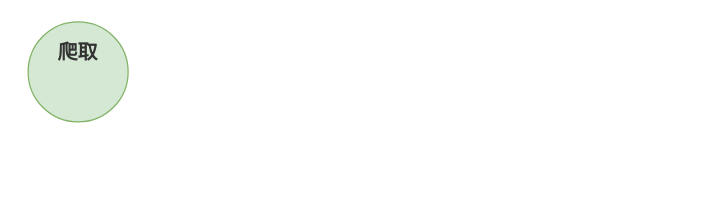
Earlier version of the draw.io diagram content-repo-construct.drawio (skindhu/9GAG). Source tidied: cells renumbered, new cells numbered last; positions are measured from the earlier drawing's top-left corner, leaving out a move shared by most shapes. Both pictures are drawn from the tidied source at 125%, with x=0, y=0 at pixel (28, 21).
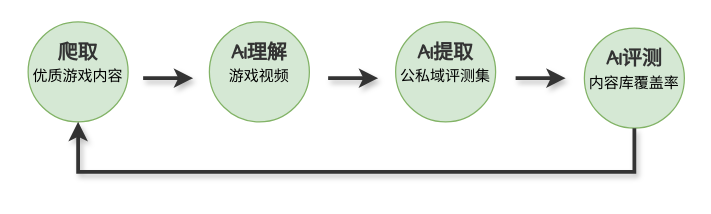
Above is the later version.

The change refers to these unchanged cells:
```xml
<mxCell id="2" style="ellipse;whiteSpace=wrap;html=1;hachureGap=4;fontFamily=Architects Daughter;fillColor=#d5e8d4;strokeColor=#82b366;" parent="1" vertex="1">
  <mxGeometry width="80" height="80" as="geometry" />
</mxCell>
```

Diff of the diagram source:
```diff
@@
+    <mxCell id="4" value="优质游戏内容" style="text;html=1;align=center;verticalAlign=middle;whiteSpace=wrap;rounded=0;fontFamily=Architects Daughter;" parent="1" vertex="1">
+      <mxGeometry x="-5" y="30" width="90" height="30" as="geometry" />
+    </mxCell>
+    <mxCell id="5" style="ellipse;whiteSpace=wrap;html=1;hachureGap=4;fontFamily=Architects Daughter;fillColor=#d5e8d4;strokeColor=#82b366;" parent="1" vertex="1">
+      <mxGeometry x="145" width="80" height="80" as="geometry" />
+    </mxCell>
+    <mxCell id="6" value="&lt;font style=&quot;color: rgb(51, 51, 51);&quot;&gt;AI理解&lt;/font&gt;" style="text;html=1;align=center;verticalAlign=middle;whiteSpace=wrap;rounded=0;fontFamily=Architects Daughter;fontSize=16;fontStyle=1;fontColor=#000099;" parent="1" vertex="1">
+      <mxGeometry x="155" y="10" width="60" height="30" as="geometry" />
+    </mxCell>
+    <mxCell id="7" value="游戏视频" style="text;html=1;align=center;verticalAlign=middle;whiteSpace=wrap;rounded=0;fontFamily=Architects Daughter;" parent="1" vertex="1">
+      <mxGeometry x="140" y="30" width="90" height="30" as="geometry" />
+    </mxCell>
+    <mxCell id="8" style="ellipse;whiteSpace=wrap;html=1;hachureGap=4;fontFamily=Architects Daughter;fillColor=#d5e8d4;strokeColor=#82b366;" parent="1" vertex="1">
+      <mxGeometry x="294" width="80" height="80" as="geometry" />
+    </mxCell>
+    <mxCell id="9" value="&lt;font style=&quot;color: rgb(51, 51, 51);&quot;&gt;AI提取&lt;/font&gt;" style="text;html=1;align=center;verticalAlign=middle;whiteSpace=wrap;rounded=0;fontFamily=Architects Daughter;fontSize=16;fontStyle=1;fontColor=#000099;" parent="1" vertex="1">
+      <mxGeometry x="304" y="10" width="60" height="30" as="geometry" />
+    </mxCell>
+    <mxCell id="10" value="公私域评测集" style="text;html=1;align=center;verticalAlign=middle;whiteSpace=wrap;rounded=0;fontFamily=Architects Daughter;" parent="1" vertex="1">
+      <mxGeometry x="289" y="30" width="90" height="30" as="geometry" />
+    </mxCell>
+    <mxCell id="11" style="ellipse;whiteSpace=wrap;html=1;hachureGap=4;fontFamily=Architects Daughter;fillColor=#d5e8d4;strokeColor=#82b366;" parent="1" vertex="1">
+      <mxGeometry x="445" y="5" width="80" height="80" as="geometry" />
+    </mxCell>
+    <mxCell id="12" value="&lt;font style=&quot;color: rgb(51, 51, 51);&quot;&gt;AI评测&lt;/font&gt;" style="text;html=1;align=center;verticalAlign=middle;whiteSpace=wrap;rounded=0;fontFamily=Architects Daughter;fontSize=16;fontStyle=1;fontColor=#000099;" parent="1" vertex="1">
+      <mxGeometry x="455" y="15" width="60" height="30" as="geometry" />
+    </mxCell>
+    <mxCell id="13" value="内容库覆盖率" style="text;html=1;align=center;verticalAlign=middle;whiteSpace=wrap;rounded=0;fontFamily=Architects Daughter;" parent="1" vertex="1">
+      <mxGeometry x="440" y="35" width="90" height="30" as="geometry" />
+    </mxCell>
+    <mxCell id="14" style="endArrow=classic;html=1;rounded=0;hachureGap=4;fontFamily=Architects Daughter;shadow=1;strokeWidth=3;strokeColor=#333333;flowAnimation=1;" parent="1" edge="1">
+      <mxGeometry relative="1" as="geometry">
+        <mxPoint x="92" y="45" as="sourcePoint" />
+        <mxPoint x="132" y="45" as="targetPoint" />
+      </mxGeometry>
+    </mxCell>
+    <mxCell id="15" style="endArrow=classic;html=1;rounded=0;hachureGap=4;fontFamily=Architects Daughter;shadow=1;strokeWidth=3;strokeColor=#333333;flowAnimation=1;" parent="1" edge="1">
+      <mxGeometry relative="1" as="geometry">
+        <mxPoint x="240" y="45" as="sourcePoint" />
+        <mxPoint x="280" y="45" as="targetPoint" />
+      </mxGeometry>
+    </mxCell>
+    <mxCell id="16" style="endArrow=classic;html=1;rounded=0;hachureGap=4;fontFamily=Architects Daughter;shadow=1;strokeWidth=3;strokeColor=#333333;flowAnimation=1;" parent="1" edge="1">
+      <mxGeometry relative="1" as="geometry">
+        <mxPoint x="390" y="45" as="sourcePoint" />
+        <mxPoint x="430" y="45" as="targetPoint" />
+      </mxGeometry>
+    </mxCell>
+    <mxCell id="17" style="endArrow=classic;html=1;rounded=0;hachureGap=4;fontFamily=Architects Daughter;edgeStyle=orthogonalEdgeStyle;shadow=1;flowAnimation=1;strokeWidth=3;strokeColor=#333333;exitX=0.5;exitY=1;exitDx=0;exitDy=0;entryX=0.5;entryY=1;entryDx=0;entryDy=0;" parent="1" edge="1" source="11" target="2">
+      <mxGeometry relative="1" as="geometry">
+        <Array as="points">
+          <mxPoint x="485" y="120" />
+          <mxPoint x="40" y="120" />
+        </Array>
+      </mxGeometry>
+    </mxCell>
```
